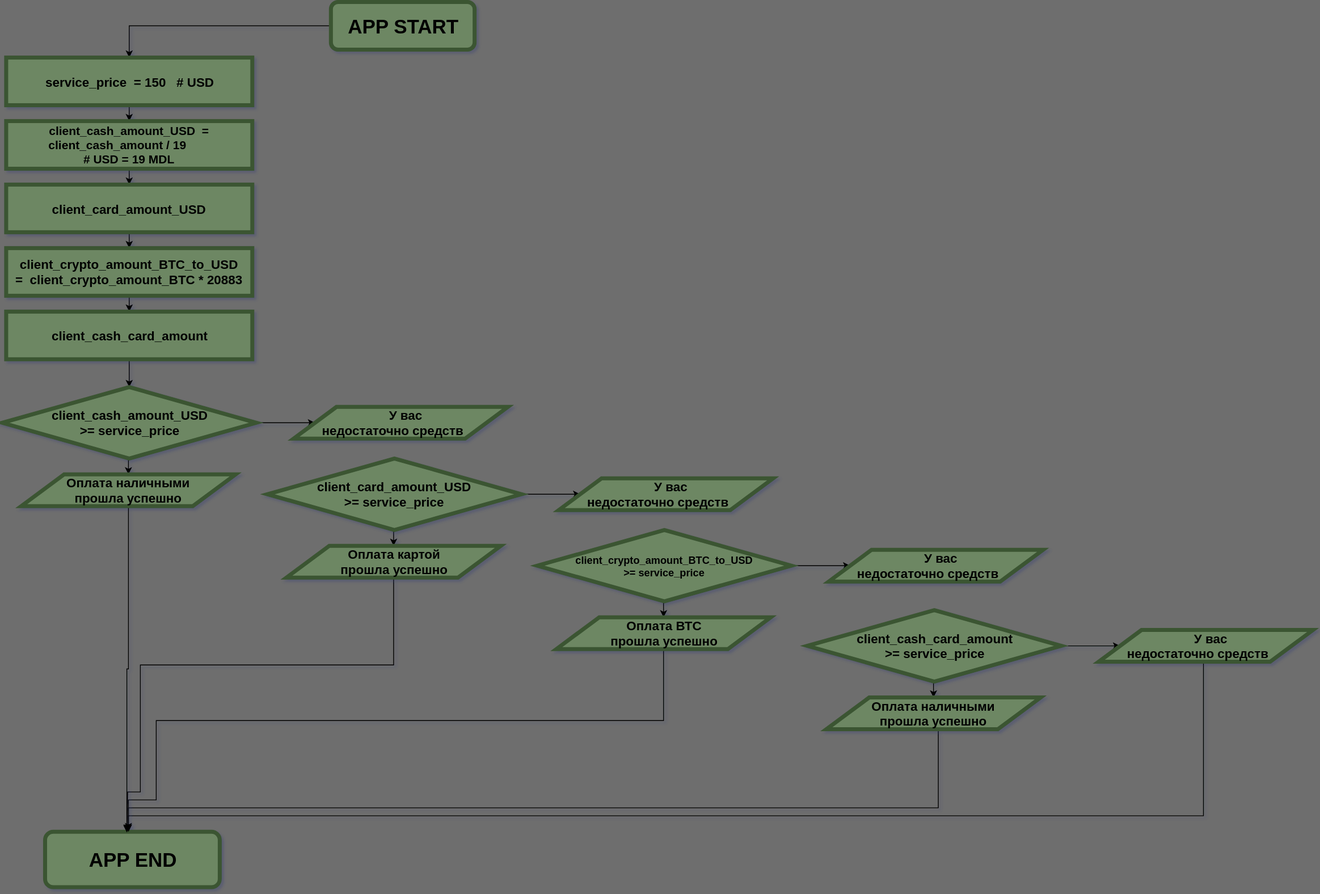
The draw.io diagram hw_pay_for_service.drawio.svg in AdimirGarabajii/homeworks-level-1, before a commit. Source tidied: cells renumbered, new cells last; positions are measured from the earlier drawing's top-left corner, leaving out a move shared by most shapes.
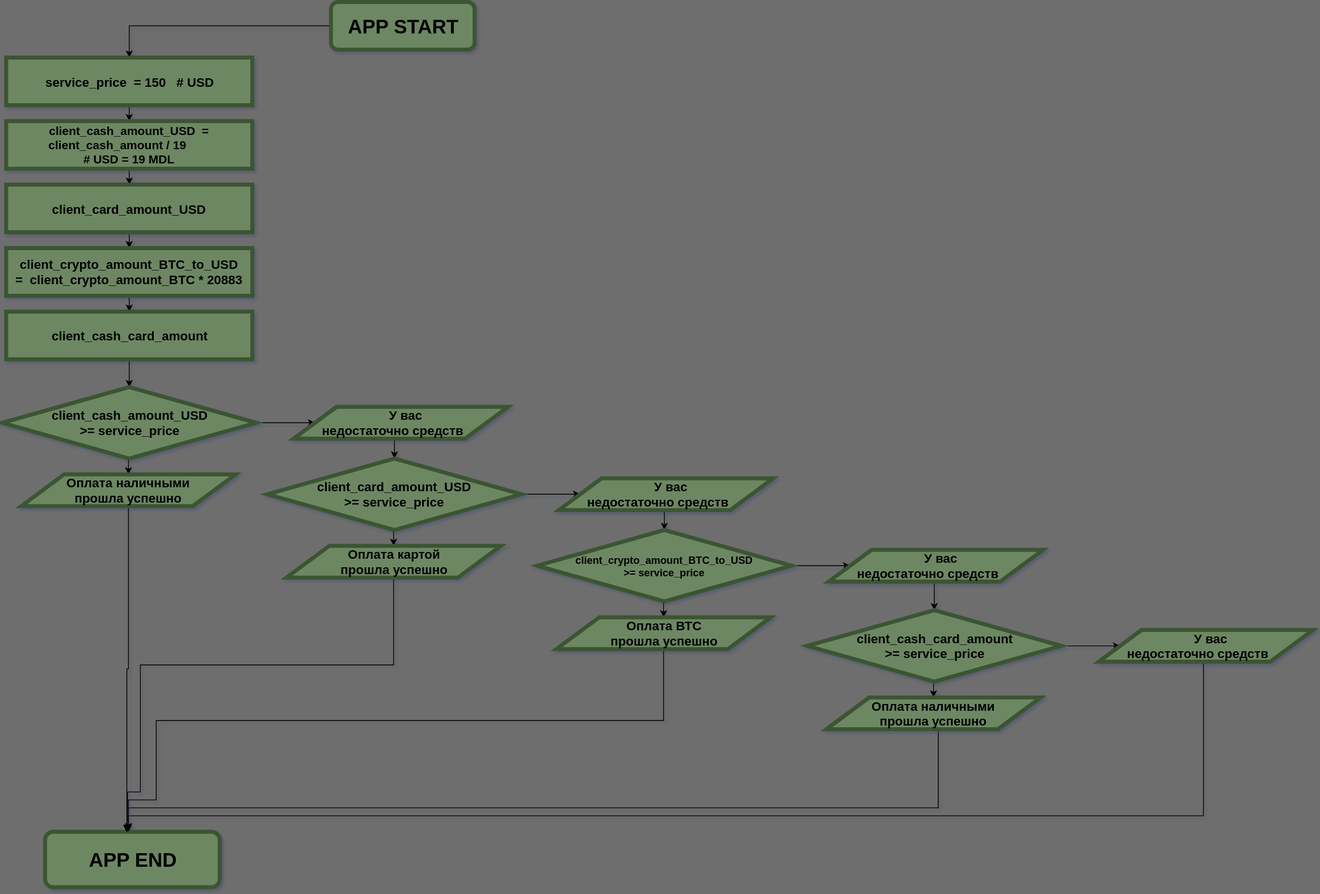
The same file after the commit.

Change to the diagram source:
```diff
@@ -56,6 +56,9 @@
     <mxCell id="19" value="&lt;font color=&quot;#000000&quot; style=&quot;font-size: 16px&quot;&gt;&lt;b&gt;Оплата наличными &lt;br&gt;прошла успешно&lt;/b&gt;&lt;/font&gt;" style="shape=parallelogram;perimeter=parallelogramPerimeter;whiteSpace=wrap;html=1;strokeWidth=5;fillColor=#6d8764;strokeColor=#3A5431;fontColor=#ffffff;" parent="1" vertex="1">
       <mxGeometry x="24" y="595" width="270" height="40" as="geometry" />
     </mxCell>
+    <mxCell id="40" style="edgeStyle=orthogonalEdgeStyle;rounded=0;jettySize=auto;html=1;exitX=0.5;exitY=1;exitDx=0;exitDy=0;entryX=0.5;entryY=0;entryDx=0;entryDy=0;" parent="1" edge="1" source="20" target="23">
+      <mxGeometry relative="1" as="geometry" />
+    </mxCell>
     <mxCell id="20" value="&lt;font color=&quot;#000000&quot;&gt;&lt;span style=&quot;font-size: 16px&quot;&gt;&lt;b&gt;&amp;nbsp; &amp;nbsp; &amp;nbsp; &amp;nbsp; &amp;nbsp; &amp;nbsp; &amp;nbsp; &amp;nbsp; &amp;nbsp; &amp;nbsp; &amp;nbsp; &amp;nbsp; &amp;nbsp; У вас&lt;br&gt;&amp;nbsp; &amp;nbsp; &amp;nbsp; &amp;nbsp;недостаточно средств&amp;nbsp;&lt;/b&gt;&lt;/span&gt;&lt;/font&gt;" style="shape=parallelogram;perimeter=parallelogramPerimeter;whiteSpace=wrap;html=1;strokeWidth=5;fillColor=#6d8764;strokeColor=#3A5431;fontColor=#ffffff;align=left;" parent="1" vertex="1">
       <mxGeometry x="367" y="510" width="270" height="40" as="geometry" />
     </mxCell>
@@ -81,6 +84,9 @@
     <mxCell id="25" value="&lt;font color=&quot;#000000&quot; style=&quot;font-size: 16px&quot;&gt;&lt;b&gt;Оплата картой&lt;br&gt;прошла успешно&lt;/b&gt;&lt;/font&gt;" style="shape=parallelogram;perimeter=parallelogramPerimeter;whiteSpace=wrap;html=1;strokeWidth=5;fillColor=#6d8764;strokeColor=#3A5431;fontColor=#ffffff;" parent="1" vertex="1">
       <mxGeometry x="358" y="685" width="270" height="40" as="geometry" />
     </mxCell>
+    <mxCell id="41" style="edgeStyle=orthogonalEdgeStyle;rounded=0;jettySize=auto;html=1;exitX=0.5;exitY=1;exitDx=0;exitDy=0;entryX=0.5;entryY=0;entryDx=0;entryDy=0;" parent="1" edge="1" source="26" target="29">
+      <mxGeometry relative="1" as="geometry" />
+    </mxCell>
     <mxCell id="26" value="&lt;font color=&quot;#000000&quot;&gt;&lt;span style=&quot;font-size: 16px&quot;&gt;&lt;b&gt;&amp;nbsp; &amp;nbsp; &amp;nbsp; &amp;nbsp; &amp;nbsp; &amp;nbsp; &amp;nbsp; &amp;nbsp; &amp;nbsp; &amp;nbsp; &amp;nbsp; &amp;nbsp; &amp;nbsp; У вас&lt;br&gt;&amp;nbsp; &amp;nbsp; &amp;nbsp; &amp;nbsp;недостаточно средств&amp;nbsp;&lt;/b&gt;&lt;/span&gt;&lt;/font&gt;" style="shape=parallelogram;perimeter=parallelogramPerimeter;whiteSpace=wrap;html=1;strokeWidth=5;fillColor=#6d8764;strokeColor=#3A5431;fontColor=#ffffff;align=left;" parent="1" vertex="1">
       <mxGeometry x="701" y="600" width="270" height="40" as="geometry" />
     </mxCell>
@@ -107,6 +113,9 @@
     <mxCell id="31" value="&lt;font color=&quot;#000000&quot; style=&quot;font-size: 16px&quot;&gt;&lt;b&gt;Оплата ВТС&lt;br&gt;прошла успешно&lt;/b&gt;&lt;/font&gt;" style="shape=parallelogram;perimeter=parallelogramPerimeter;whiteSpace=wrap;html=1;strokeWidth=5;fillColor=#6d8764;strokeColor=#3A5431;fontColor=#ffffff;" parent="1" vertex="1">
       <mxGeometry x="698" y="775" width="270" height="40" as="geometry" />
     </mxCell>
+    <mxCell id="42" style="edgeStyle=orthogonalEdgeStyle;rounded=0;jettySize=auto;html=1;exitX=0.5;exitY=1;exitDx=0;exitDy=0;entryX=0.5;entryY=0;entryDx=0;entryDy=0;" parent="1" edge="1" source="32" target="35">
+      <mxGeometry relative="1" as="geometry" />
+    </mxCell>
     <mxCell id="32" value="&lt;font color=&quot;#000000&quot;&gt;&lt;span style=&quot;font-size: 16px&quot;&gt;&lt;b&gt;&amp;nbsp; &amp;nbsp; &amp;nbsp; &amp;nbsp; &amp;nbsp; &amp;nbsp; &amp;nbsp; &amp;nbsp; &amp;nbsp; &amp;nbsp; &amp;nbsp; &amp;nbsp; &amp;nbsp; У вас&lt;br&gt;&amp;nbsp; &amp;nbsp; &amp;nbsp; &amp;nbsp;недостаточно средств&amp;nbsp;&lt;/b&gt;&lt;/span&gt;&lt;/font&gt;" style="shape=parallelogram;perimeter=parallelogramPerimeter;whiteSpace=wrap;html=1;strokeWidth=5;fillColor=#6d8764;strokeColor=#3A5431;fontColor=#ffffff;align=left;" parent="1" vertex="1">
       <mxGeometry x="1041" y="690" width="270" height="40" as="geometry" />
     </mxCell>
```
